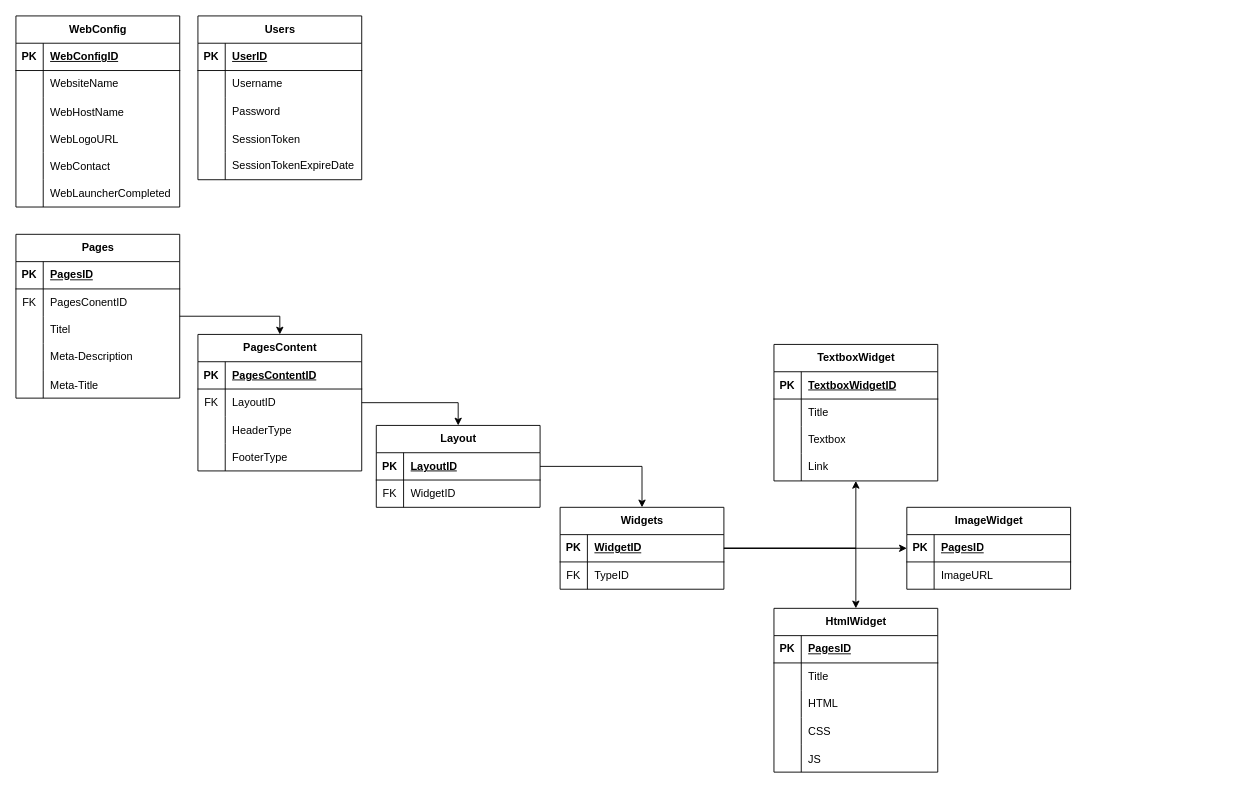
Earlier version of the draw.io diagram concept/media/DatabaseStructure.drawio (xxxCam900xxx/Phaedra). Source tidied: cells renumbered, new cells numbered last; positions are measured from the earlier drawing's top-left corner, leaving out a move shared by most shapes. Both pictures are drawn from the tidied source at 91%, with x=0, y=0 at pixel (15, 15).
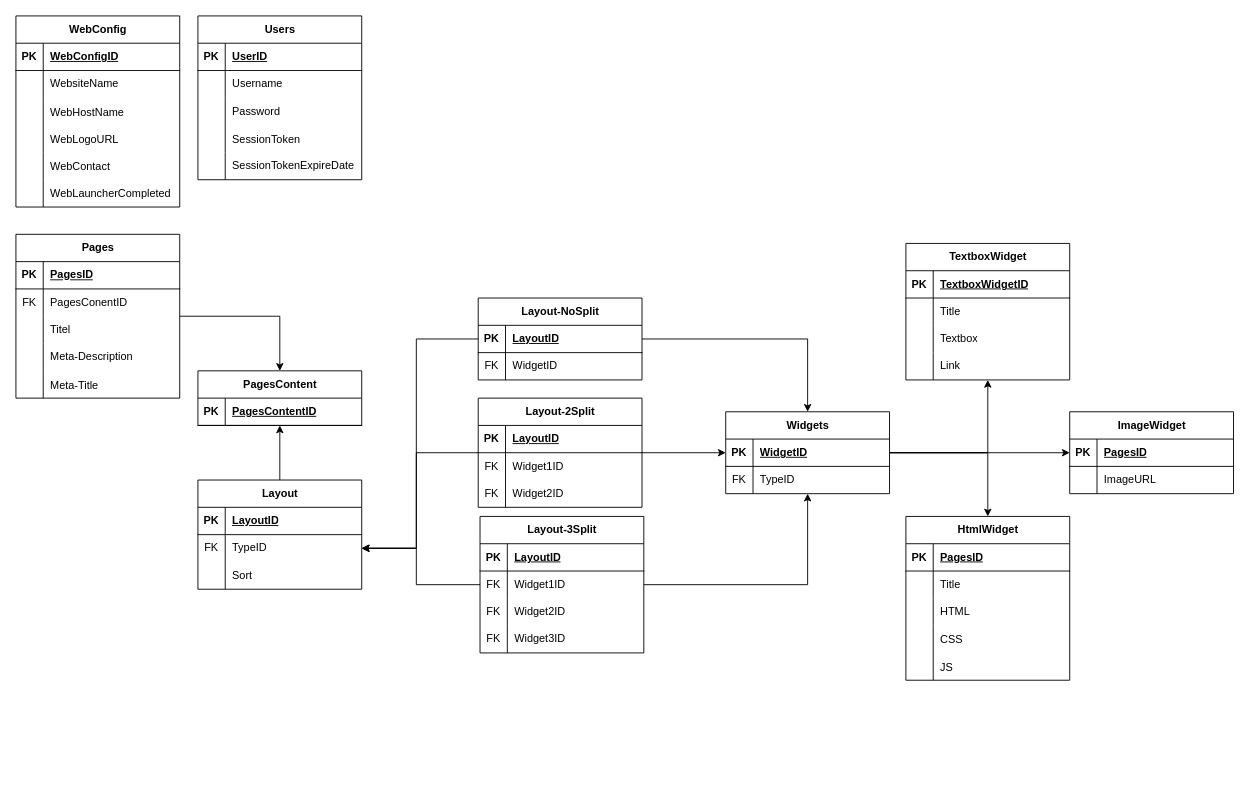
Above is the later version.

The change refers to these unchanged cells:
```xml
<mxCell id="70" style="shape=tableRow;horizontal=0;startSize=0;swimlaneHead=0;swimlaneBody=0;fillColor=none;points=[[0,0.5],[1,0.5]];portConstraint=eastwest;top=0;left=0;right=0;bottom=1;" parent="69" vertex="1">
  <mxGeometry y="30" width="180" height="30" as="geometry" />
</mxCell>
```

Diff of the diagram source:
```diff
@@
-    <mxCell id="54" style="edgeStyle=orthogonalEdgeStyle;rounded=0;jettySize=auto;html=1;entryX=0.5;entryY=0;entryDx=0;entryDy=0;" parent="1" edge="1" source="55" target="69">
-      <mxGeometry relative="1" as="geometry" />
-    </mxCell>
     <mxCell id="55" value="PagesContent" style="shape=table;startSize=30;childLayout=tableLayout;rowLines=0;fontStyle=1;align=center;html=1;" parent="1" vertex="1">
-      <mxGeometry x="200" y="350" width="180" height="150" as="geometry" />
+      <mxGeometry x="200" y="390" width="180" height="60" as="geometry" />
     </mxCell>
@@
-    <mxCell id="59" style="shape=tableRow;horizontal=0;startSize=0;swimlaneHead=0;swimlaneBody=0;fillColor=none;top=0;left=0;right=0;bottom=0;" parent="55" vertex="1">
-      <mxGeometry y="60" width="180" height="30" as="geometry" />
-    </mxCell>
-    <mxCell id="60" value="FK" style="shape=partialRectangle;fillColor=none;top=0;left=0;bottom=0;right=0;fontStyle=0;overflow=hidden;whiteSpace=wrap;html=1;" parent="59" vertex="1">
-      <mxGeometry width="30" height="30" as="geometry" />
-    </mxCell>
-    <mxCell id="61" value="LayoutID" style="shape=partialRectangle;fillColor=none;top=0;left=0;bottom=0;right=0;align=left;spacingLeft=6;fontStyle=0;overflow=hidden;whiteSpace=wrap;html=1;" parent="59" vertex="1">
-      <mxGeometry x="30" width="150" height="30" as="geometry" />
-    </mxCell>
-    <mxCell id="62" style="shape=tableRow;horizontal=0;startSize=0;swimlaneHead=0;swimlaneBody=0;fillColor=none;top=0;left=0;right=0;bottom=0;" parent="55" vertex="1">
-      <mxGeometry y="90" width="180" height="30" as="geometry" />
-    </mxCell>
-    <mxCell id="63" style="shape=partialRectangle;fillColor=none;top=0;left=0;bottom=0;right=0;overflow=hidden;" parent="62" vertex="1">
-      <mxGeometry width="30" height="30" as="geometry" />
-    </mxCell>
-    <mxCell id="64" value="HeaderType" style="shape=partialRectangle;fillColor=none;top=0;left=0;bottom=0;right=0;align=left;spacingLeft=6;overflow=hidden;" parent="62" vertex="1">
-      <mxGeometry x="30" width="150" height="30" as="geometry" />
-    </mxCell>
-    <mxCell id="65" style="shape=tableRow;horizontal=0;startSize=0;swimlaneHead=0;swimlaneBody=0;fillColor=none;top=0;left=0;right=0;bottom=0;" parent="55" vertex="1">
-      <mxGeometry y="120" width="180" height="30" as="geometry" />
-    </mxCell>
-    <mxCell id="66" style="shape=partialRectangle;fillColor=none;top=0;left=0;bottom=0;right=0;overflow=hidden;" parent="65" vertex="1">
-      <mxGeometry width="30" height="30" as="geometry" />
-    </mxCell>
-    <mxCell id="67" value="FooterType" style="shape=partialRectangle;fillColor=none;top=0;left=0;bottom=0;right=0;align=left;spacingLeft=6;overflow=hidden;" parent="65" vertex="1">
-      <mxGeometry x="30" width="150" height="30" as="geometry" />
-    </mxCell>
-    <mxCell id="68" style="edgeStyle=orthogonalEdgeStyle;rounded=0;jettySize=auto;html=1;entryX=0.5;entryY=0;entryDx=0;entryDy=0;" parent="1" edge="1" source="69" target="79">
-      <mxGeometry relative="1" as="geometry" />
-    </mxCell>
+    <mxCell id="122" style="edgeStyle=orthogonalEdgeStyle;rounded=0;jettySize=auto;html=1;" parent="1" edge="1" source="69" target="155">
+      <mxGeometry relative="1" as="geometry">
+        <Array as="points">
+          <mxPoint x="440" y="355" />
+          <mxPoint x="440" y="585" />
+        </Array>
+      </mxGeometry>
+    </mxCell>
-    <mxCell id="69" value="Layout" style="shape=table;startSize=30;childLayout=tableLayout;rowLines=0;fontStyle=1;align=center;html=1;" parent="1" vertex="1">
-      <mxGeometry x="396" y="450" width="180" height="90" as="geometry" />
+    <mxCell id="69" value="Layout-NoSplit" style="shape=table;startSize=30;childLayout=tableLayout;rowLines=0;fontStyle=1;align=center;html=1;" parent="1" vertex="1">
+      <mxGeometry x="508" y="310" width="180" height="90" as="geometry" />
     </mxCell>
@@
     <mxCell id="79" value="Widgets" style="shape=table;startSize=30;childLayout=tableLayout;rowLines=0;fontStyle=1;align=center;html=1;" parent="1" vertex="1">
-      <mxGeometry x="598" y="540" width="180" height="90" as="geometry" />
+      <mxGeometry x="780" y="435" width="180" height="90" as="geometry" />
     </mxCell>
@@
     <mxCell id="86" value="TextboxWidget" style="shape=table;startSize=30;childLayout=tableLayout;rowLines=0;fontStyle=1;align=center;html=1;" parent="1" vertex="1">
-      <mxGeometry x="833" y="361" width="180" height="150" as="geometry" />
+      <mxGeometry x="978" y="250" width="180" height="150" as="geometry" />
     </mxCell>
@@
     <mxCell id="99" value="ImageWidget" style="shape=table;startSize=30;childLayout=tableLayout;rowLines=0;fontStyle=1;align=center;html=1;" parent="1" vertex="1">
-      <mxGeometry x="979" y="540" width="180" height="90" as="geometry" />
+      <mxGeometry x="1158" y="435" width="180" height="90" as="geometry" />
     </mxCell>
@@
     <mxCell id="106" value="HtmlWidget" style="shape=table;startSize=30;childLayout=tableLayout;rowLines=0;fontStyle=1;align=center;html=1;" parent="1" vertex="1">
-      <mxGeometry x="833" y="651" width="180" height="180" as="geometry" />
+      <mxGeometry x="978" y="550" width="180" height="180" as="geometry" />
     </mxCell>
@@
+    <mxCell id="123" style="edgeStyle=orthogonalEdgeStyle;rounded=0;jettySize=auto;html=1;" parent="1" edge="1" source="125" target="79">
+      <mxGeometry relative="1" as="geometry" />
+    </mxCell>
+    <mxCell id="124" style="edgeStyle=orthogonalEdgeStyle;rounded=0;jettySize=auto;html=1;" parent="1" edge="1" source="125" target="155">
+      <mxGeometry relative="1" as="geometry">
+        <Array as="points">
+          <mxPoint x="440" y="480" />
+          <mxPoint x="440" y="585" />
+        </Array>
+      </mxGeometry>
+    </mxCell>
+    <mxCell id="125" value="Layout-2Split" style="shape=table;startSize=30;childLayout=tableLayout;rowLines=0;fontStyle=1;align=center;html=1;" parent="1" vertex="1">
+      <mxGeometry x="508" y="420" width="180" height="120" as="geometry" />
+    </mxCell>
+    <mxCell id="126" style="shape=tableRow;horizontal=0;startSize=0;swimlaneHead=0;swimlaneBody=0;fillColor=none;top=0;left=0;right=0;bottom=1;" parent="125" vertex="1">
+      <mxGeometry y="30" width="180" height="30" as="geometry" />
+    </mxCell>
+    <mxCell id="127" value="PK" style="shape=partialRectangle;fillColor=none;top=0;left=0;bottom=0;right=0;fontStyle=1;overflow=hidden;whiteSpace=wrap;html=1;" parent="126" vertex="1">
+      <mxGeometry width="30" height="30" as="geometry" />
+    </mxCell>
+    <mxCell id="128" value="LayoutID" style="shape=partialRectangle;fillColor=none;top=0;left=0;bottom=0;right=0;align=left;spacingLeft=6;fontStyle=5;overflow=hidden;whiteSpace=wrap;html=1;" parent="126" vertex="1">
+      <mxGeometry x="30" width="150" height="30" as="geometry" />
+    </mxCell>
+    <mxCell id="129" style="shape=tableRow;horizontal=0;startSize=0;swimlaneHead=0;swimlaneBody=0;fillColor=none;top=0;left=0;right=0;bottom=0;" parent="125" vertex="1">
+      <mxGeometry y="60" width="180" height="30" as="geometry" />
+    </mxCell>
+    <mxCell id="130" value="FK" style="shape=partialRectangle;fillColor=none;top=0;left=0;bottom=0;right=0;fontStyle=0;overflow=hidden;whiteSpace=wrap;html=1;" parent="129" vertex="1">
+      <mxGeometry width="30" height="30" as="geometry" />
+    </mxCell>
+    <mxCell id="131" value="Widget1ID" style="shape=partialRectangle;fillColor=none;top=0;left=0;bottom=0;right=0;align=left;spacingLeft=6;fontStyle=0;overflow=hidden;whiteSpace=wrap;html=1;" parent="129" vertex="1">
+      <mxGeometry x="30" width="150" height="30" as="geometry" />
+    </mxCell>
+    <mxCell id="132" style="shape=tableRow;horizontal=0;startSize=0;swimlaneHead=0;swimlaneBody=0;fillColor=none;top=0;left=0;right=0;bottom=0;" parent="125" vertex="1">
+      <mxGeometry y="90" width="180" height="30" as="geometry" />
+    </mxCell>
+    <mxCell id="133" value="FK" style="shape=partialRectangle;fillColor=none;top=0;left=0;bottom=0;right=0;fontStyle=0;overflow=hidden;whiteSpace=wrap;html=1;" parent="132" vertex="1">
+      <mxGeometry width="30" height="30" as="geometry" />
+    </mxCell>
+    <mxCell id="134" value="Widget2ID" style="shape=partialRectangle;fillColor=none;top=0;left=0;bottom=0;right=0;align=left;spacingLeft=6;fontStyle=0;overflow=hidden;whiteSpace=wrap;html=1;" parent="132" vertex="1">
+      <mxGeometry x="30" width="150" height="30" as="geometry" />
+    </mxCell>
+    <mxCell id="135" style="edgeStyle=orthogonalEdgeStyle;rounded=0;jettySize=auto;html=1;" parent="1" edge="1" source="137" target="79">
+      <mxGeometry relative="1" as="geometry" />
+    </mxCell>
+    <mxCell id="136" style="edgeStyle=orthogonalEdgeStyle;rounded=0;jettySize=auto;html=1;" parent="1" edge="1" source="137" target="155">
+      <mxGeometry relative="1" as="geometry">
+        <Array as="points">
+          <mxPoint x="440" y="625" />
+          <mxPoint x="440" y="585" />
+        </Array>
+      </mxGeometry>
+    </mxCell>
+    <mxCell id="137" value="Layout-3Split" style="shape=table;startSize=30;childLayout=tableLayout;rowLines=0;fontStyle=1;align=center;html=1;" parent="1" vertex="1">
+      <mxGeometry x="510" y="550" width="180" height="150" as="geometry" />
+    </mxCell>
+    <mxCell id="138" style="shape=tableRow;horizontal=0;startSize=0;swimlaneHead=0;swimlaneBody=0;fillColor=none;top=0;left=0;right=0;bottom=1;" parent="137" vertex="1">
+      <mxGeometry y="30" width="180" height="30" as="geometry" />
+    </mxCell>
+    <mxCell id="139" value="PK" style="shape=partialRectangle;fillColor=none;top=0;left=0;bottom=0;right=0;fontStyle=1;overflow=hidden;whiteSpace=wrap;html=1;" parent="138" vertex="1">
+      <mxGeometry width="30" height="30" as="geometry" />
+    </mxCell>
+    <mxCell id="140" value="LayoutID" style="shape=partialRectangle;fillColor=none;top=0;left=0;bottom=0;right=0;align=left;spacingLeft=6;fontStyle=5;overflow=hidden;whiteSpace=wrap;html=1;" parent="138" vertex="1">
+      <mxGeometry x="30" width="150" height="30" as="geometry" />
+    </mxCell>
+    <mxCell id="141" style="shape=tableRow;horizontal=0;startSize=0;swimlaneHead=0;swimlaneBody=0;fillColor=none;top=0;left=0;right=0;bottom=0;" parent="137" vertex="1">
+      <mxGeometry y="60" width="180" height="30" as="geometry" />
+    </mxCell>
+    <mxCell id="142" value="FK" style="shape=partialRectangle;fillColor=none;top=0;left=0;bottom=0;right=0;fontStyle=0;overflow=hidden;whiteSpace=wrap;html=1;" parent="141" vertex="1">
+      <mxGeometry width="30" height="30" as="geometry" />
+    </mxCell>
+    <mxCell id="143" value="Widget1ID" style="shape=partialRectangle;fillColor=none;top=0;left=0;bottom=0;right=0;align=left;spacingLeft=6;fontStyle=0;overflow=hidden;whiteSpace=wrap;html=1;" parent="141" vertex="1">
+      <mxGeometry x="30" width="150" height="30" as="geometry" />
+    </mxCell>
+    <mxCell id="144" style="shape=tableRow;horizontal=0;startSize=0;swimlaneHead=0;swimlaneBody=0;fillColor=none;top=0;left=0;right=0;bottom=0;" parent="137" vertex="1">
+      <mxGeometry y="90" width="180" height="30" as="geometry" />
+    </mxCell>
+    <mxCell id="145" value="FK" style="shape=partialRectangle;fillColor=none;top=0;left=0;bottom=0;right=0;fontStyle=0;overflow=hidden;whiteSpace=wrap;html=1;" parent="144" vertex="1">
+      <mxGeometry width="30" height="30" as="geometry" />
+    </mxCell>
+    <mxCell id="146" value="Widget2ID" style="shape=partialRectangle;fillColor=none;top=0;left=0;bottom=0;right=0;align=left;spacingLeft=6;fontStyle=0;overflow=hidden;whiteSpace=wrap;html=1;" parent="144" vertex="1">
+      <mxGeometry x="30" width="150" height="30" as="geometry" />
+    </mxCell>
+    <mxCell id="65" style="shape=tableRow;horizontal=0;startSize=0;swimlaneHead=0;swimlaneBody=0;fillColor=none;top=0;left=0;right=0;bottom=0;" parent="137" vertex="1">
+      <mxGeometry y="120" width="180" height="30" as="geometry" />
+    </mxCell>
+    <mxCell id="147" value="FK" style="shape=partialRectangle;fillColor=none;top=0;left=0;bottom=0;right=0;fontStyle=0;overflow=hidden;whiteSpace=wrap;html=1;" parent="65" vertex="1">
+      <mxGeometry width="30" height="30" as="geometry" />
+    </mxCell>
+    <mxCell id="148" value="Widget3ID" style="shape=partialRectangle;fillColor=none;top=0;left=0;bottom=0;right=0;align=left;spacingLeft=6;fontStyle=0;overflow=hidden;whiteSpace=wrap;html=1;" parent="65" vertex="1">
+      <mxGeometry x="30" width="150" height="30" as="geometry" />
+    </mxCell>
+    <mxCell id="149" style="edgeStyle=orthogonalEdgeStyle;rounded=0;jettySize=auto;html=1;" parent="1" edge="1" source="70" target="79">
+      <mxGeometry relative="1" as="geometry" />
+    </mxCell>
+    <mxCell id="150" style="edgeStyle=orthogonalEdgeStyle;rounded=0;jettySize=auto;html=1;" parent="1" edge="1" source="151" target="55">
+      <mxGeometry relative="1" as="geometry" />
+    </mxCell>
+    <mxCell id="151" value="Layout" style="shape=table;startSize=30;childLayout=tableLayout;rowLines=0;fontStyle=1;align=center;html=1;" parent="1" vertex="1">
+      <mxGeometry x="200" y="510" width="180" height="120" as="geometry" />
+    </mxCell>
+    <mxCell id="152" style="shape=tableRow;horizontal=0;startSize=0;swimlaneHead=0;swimlaneBody=0;fillColor=none;top=0;left=0;right=0;bottom=1;" parent="151" vertex="1">
+      <mxGeometry y="30" width="180" height="30" as="geometry" />
+    </mxCell>
+    <mxCell id="153" value="PK" style="shape=partialRectangle;fillColor=none;top=0;left=0;bottom=0;right=0;fontStyle=1;overflow=hidden;whiteSpace=wrap;html=1;" parent="152" vertex="1">
+      <mxGeometry width="30" height="30" as="geometry" />
+    </mxCell>
+    <mxCell id="154" value="LayoutID" style="shape=partialRectangle;fillColor=none;top=0;left=0;bottom=0;right=0;align=left;spacingLeft=6;fontStyle=5;overflow=hidden;whiteSpace=wrap;html=1;" parent="152" vertex="1">
+      <mxGeometry x="30" width="150" height="30" as="geometry" />
+    </mxCell>
+    <mxCell id="155" style="shape=tableRow;horizontal=0;startSize=0;swimlaneHead=0;swimlaneBody=0;fillColor=none;points=[[0,0.5],[1,0.5]];portConstraint=eastwest;top=0;left=0;right=0;bottom=0;" parent="151" vertex="1">
+      <mxGeometry y="60" width="180" height="30" as="geometry" />
+    </mxCell>
+    <mxCell id="156" value="FK" style="shape=partialRectangle;fillColor=none;top=0;left=0;bottom=0;right=0;fontStyle=0;overflow=hidden;whiteSpace=wrap;html=1;" parent="155" vertex="1">
+      <mxGeometry width="30" height="30" as="geometry" />
+    </mxCell>
+    <mxCell id="157" value="TypeID" style="shape=partialRectangle;fillColor=none;top=0;left=0;bottom=0;right=0;align=left;spacingLeft=6;fontStyle=0;overflow=hidden;whiteSpace=wrap;html=1;" parent="155" vertex="1">
+      <mxGeometry x="30" width="150" height="30" as="geometry" />
+    </mxCell>
+    <mxCell id="158" style="shape=tableRow;horizontal=0;startSize=0;swimlaneHead=0;swimlaneBody=0;fillColor=none;top=0;left=0;right=0;bottom=0;" parent="151" vertex="1">
+      <mxGeometry y="90" width="180" height="30" as="geometry" />
+    </mxCell>
+    <mxCell id="159" style="shape=partialRectangle;fillColor=none;top=0;left=0;bottom=0;right=0;fontStyle=0;overflow=hidden;whiteSpace=wrap;html=1;" parent="158" vertex="1">
+      <mxGeometry width="30" height="30" as="geometry" />
+    </mxCell>
+    <mxCell id="160" value="Sort" style="shape=partialRectangle;fillColor=none;top=0;left=0;bottom=0;right=0;align=left;spacingLeft=6;fontStyle=0;overflow=hidden;whiteSpace=wrap;html=1;" parent="158" vertex="1">
+      <mxGeometry x="30" width="150" height="30" as="geometry" />
+    </mxCell>
```
